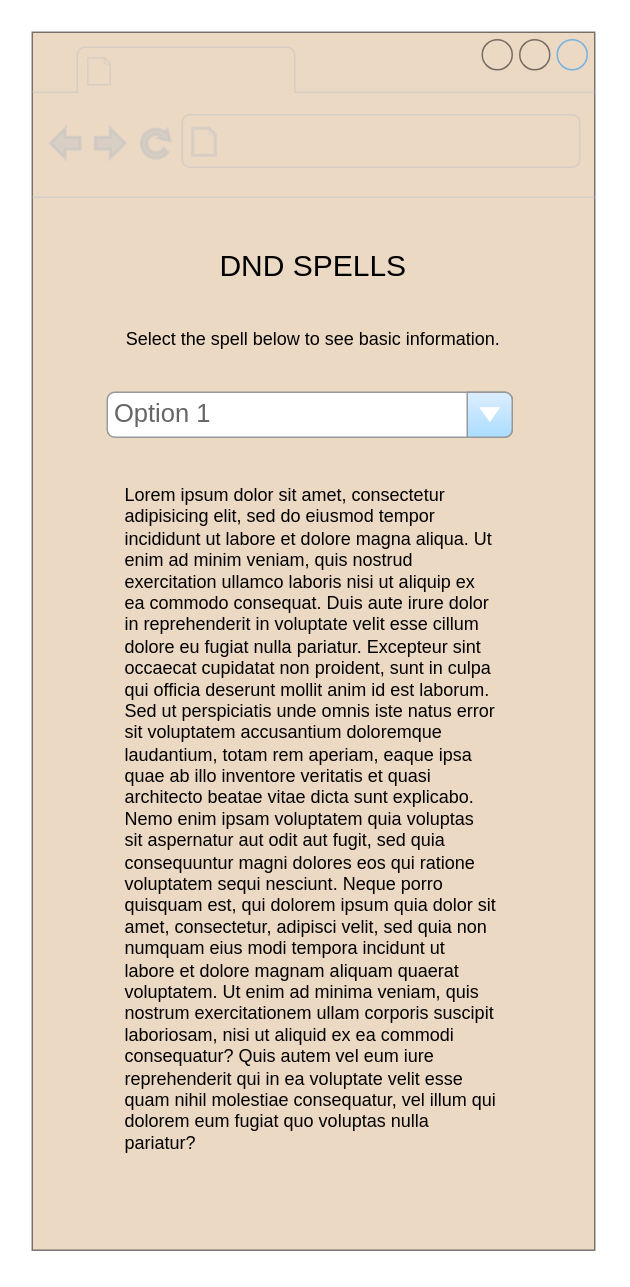
This is wireframe.drawio from 2Clubs/DND-Spells, a draw.io file, before an edit. Source tidied: cells renumbered, new cells numbered last; positions are measured from the earlier drawing's top-left corner, leaving out a move shared by most shapes. Both pictures are drawn from the tidied source at 150%, with x=0, y=0 at pixel (32, 32).
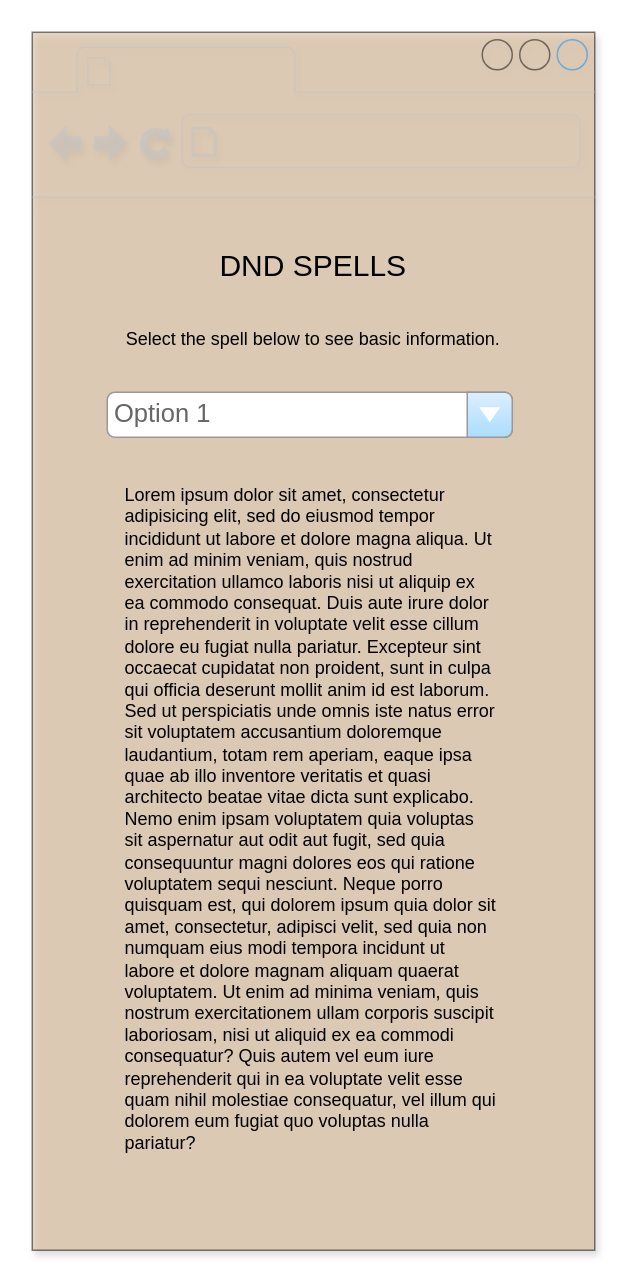
The same diagram, later.

What changed in the source:
```diff
@@
 <mxGraphModel>
   <root>
     <mxCell id="0" />
     <mxCell id="1" parent="0" />
-    <mxCell id="2" style="strokeWidth=1;shadow=0;dashed=0;align=center;html=1;shape=mxgraph.mockup.containers.browserWindow;rSize=0;strokeColor=default;strokeColor2=#008cff;strokeColor3=#c4c4c4;mainText=,;fillColor=#D9B389;fontColor=#ffffff;fillStyle=auto;gradientColor=default;perimeterSpacing=0;opacity=50;" parent="1" vertex="1">
+    <mxCell id="2" style="strokeWidth=1;shadow=1;dashed=0;align=center;html=1;shape=mxgraph.mockup.containers.browserWindow;rSize=0;strokeColor=default;strokeColor2=#008cff;strokeColor3=#c4c4c4;mainText=,;fillColor=#D9B389;fontColor=#ffffff;fillStyle=auto;gradientColor=default;perimeterSpacing=0;opacity=50;" parent="1" vertex="1">
       <mxGeometry width="375" height="812" as="geometry" />
     </mxCell>
     <mxCell id="3" value="DND SPELLS" style="text;html=1;strokeColor=none;fillColor=none;align=center;verticalAlign=middle;whiteSpace=wrap;rounded=0;fontSize=20;fontColor=#000000;" parent="1" vertex="1">
       <mxGeometry y="140" width="375" height="30" as="geometry" />
     </mxCell>
     <mxCell id="4" value="Select the spell below to see basic information." style="text;html=1;strokeColor=none;fillColor=none;align=center;verticalAlign=middle;whiteSpace=wrap;rounded=0;fontSize=12;fontColor=#000000;" parent="1" vertex="1">
       <mxGeometry y="170" width="375" height="70" as="geometry" />
     </mxCell>
     <mxCell id="5" value="Option 1" style="strokeWidth=1;shadow=0;dashed=0;align=center;html=1;shape=mxgraph.mockup.forms.comboBox;strokeColor=#999999;fillColor=#ddeeff;align=left;fillColor2=#aaddff;mainText=;fontColor=#666666;fontSize=17;spacingLeft=3;" parent="1" vertex="1">
       <mxGeometry x="50" y="240" width="270" height="30" as="geometry" />
     </mxCell>
     <mxCell id="6" value="Lorem ipsum dolor sit amet, consectetur adipisicing elit, sed do eiusmod tempor incididunt ut labore et dolore magna aliqua. Ut enim ad minim veniam, quis nostrud exercitation ullamco laboris nisi ut aliquip ex ea commodo consequat. Duis aute irure dolor in reprehenderit in voluptate velit esse cillum dolore eu fugiat nulla pariatur. Excepteur sint occaecat cupidatat non proident, sunt in culpa qui officia deserunt mollit anim id est laborum.&#10;Sed ut perspiciatis unde omnis iste natus error sit voluptatem accusantium doloremque laudantium, totam rem aperiam, eaque ipsa quae ab illo inventore veritatis et quasi architecto beatae vitae dicta sunt explicabo. Nemo enim ipsam voluptatem quia voluptas sit aspernatur aut odit aut fugit, sed quia consequuntur magni dolores eos qui ratione voluptatem sequi nesciunt. Neque porro quisquam est, qui dolorem ipsum quia dolor sit amet, consectetur, adipisci velit, sed quia non numquam eius modi tempora incidunt ut labore et dolore magnam aliquam quaerat voluptatem. Ut enim ad minima veniam, quis nostrum exercitationem ullam corporis suscipit laboriosam, nisi ut aliquid ex ea commodi consequatur? Quis autem vel eum iure reprehenderit qui in ea voluptate velit esse quam nihil molestiae consequatur, vel illum qui dolorem eum fugiat quo voluptas nulla pariatur?" style="text;spacingTop=-5;whiteSpace=wrap;html=1;align=left;fontSize=12;fontFamily=Helvetica;fillColor=none;strokeColor=none;labelBackgroundColor=none;fontColor=#000000;" parent="1" vertex="1">
       <mxGeometry x="60" y="300" width="250" height="470" as="geometry" />
     </mxCell>
   </root>
 </mxGraphModel>
```
